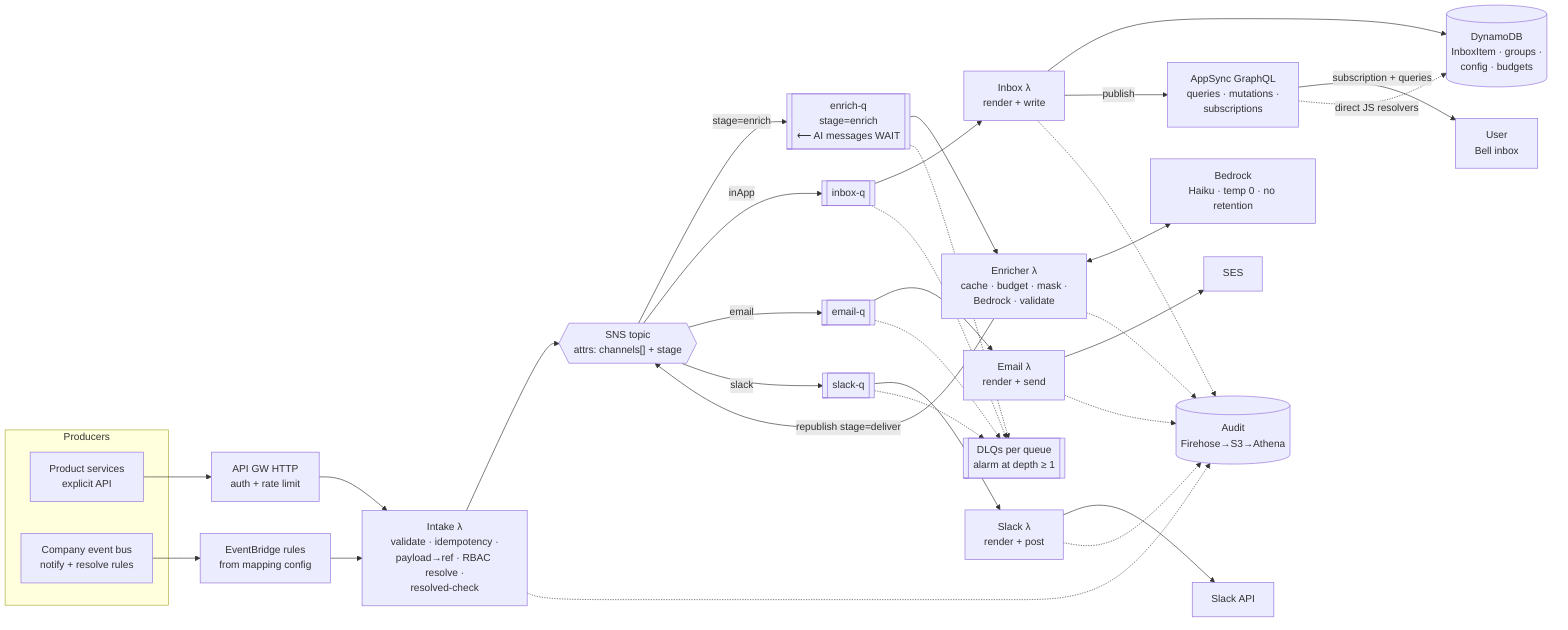
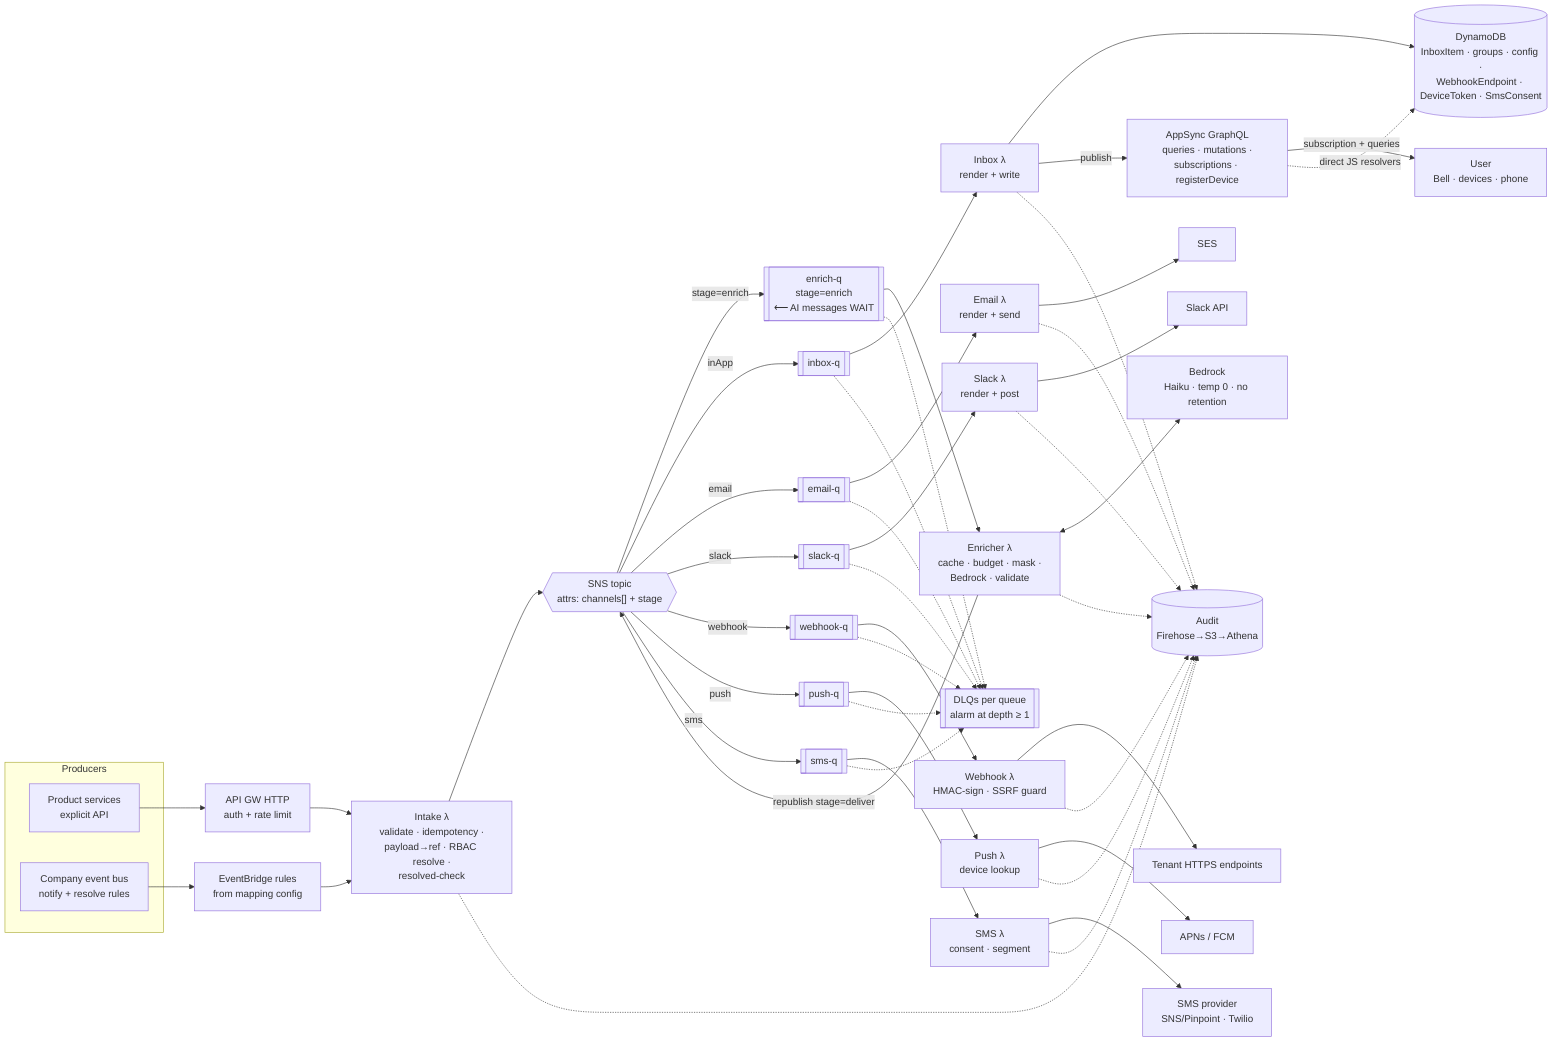
flowchart LR
    subgraph Producers
        P[Product services<br/>explicit API]
        BUS[Company event bus<br/>notify + resolve rules]
    end

    APIGW[API GW HTTP<br/>auth + rate limit]
    EB[EventBridge rules<br/>from mapping config]
    IN["Intake λ<br/>validate · idempotency ·<br/>payload→ref · RBAC resolve ·<br/>resolved-check"]
    SNS{{"SNS topic<br/>attrs: channels[] + stage"}}

    EQ[["enrich-q<br/>stage=enrich<br/>⟵ AI messages WAIT"]]
    EN["Enricher λ<br/>cache · budget · mask ·<br/>Bedrock · validate"]
    LLM[Bedrock<br/>Haiku · temp 0 · no retention]

    IQ[[inbox-q]]
    MQ[[email-q]]
    SQ[[slack-q]]
+     WQ[[webhook-q]]
+     PQ[[push-q]]
+     MSQ[[sms-q]]
    IW["Inbox λ<br/>render + write"]
    EM["Email λ<br/>render + send"]
    SL["Slack λ<br/>render + post"]
+     WH["Webhook λ<br/>HMAC-sign · SSRF guard"]
+     PU["Push λ<br/>device lookup"]
+     SM["SMS λ<br/>consent · segment"]

-     DB[(DynamoDB<br/>InboxItem · groups ·<br/>config · budgets)]
-     AS[AppSync GraphQL<br/>queries · mutations ·<br/>subscriptions]
+     DB[(DynamoDB<br/>InboxItem · groups · config ·<br/>WebhookEndpoint · DeviceToken · SmsConsent)]
+     AS[AppSync GraphQL<br/>queries · mutations ·<br/>subscriptions · registerDevice]
    SES[SES]
    SLK[Slack API]
-     U[User<br/>Bell inbox]
+     EP[Tenant HTTPS endpoints]
+     APNS[APNs / FCM]
+     PROV[SMS provider<br/>SNS/Pinpoint · Twilio]
+     U[User<br/>Bell · devices · phone]
    AUD[(Audit<br/>Firehose→S3→Athena)]
    DLQ[[DLQs per queue<br/>alarm at depth ≥ 1]]

    P --> APIGW --> IN
    BUS --> EB --> IN
    IN --> SNS
    SNS -- stage=enrich --> EQ --> EN
    EN <--> LLM
    EN -- "republish stage=deliver" --> SNS
    SNS -- inApp --> IQ --> IW
    SNS -- email --> MQ --> EM
    SNS -- slack --> SQ --> SL
+     SNS -- webhook --> WQ --> WH
+     SNS -- push --> PQ --> PU
+     SNS -- sms --> MSQ --> SM
    IW --> DB
    IW -- publish --> AS
    AS -- subscription + queries --> U
    AS -. direct JS resolvers .-> DB
    EM --> SES
    SL --> SLK
+     WH --> EP
+     PU --> APNS
+     SM --> PROV
    IN -.-> AUD
    EN -.-> AUD
    IW -.-> AUD
    EM -.-> AUD
    SL -.-> AUD
+     WH -.-> AUD
+     PU -.-> AUD
+     SM -.-> AUD
    EQ -.-> DLQ
    IQ -.-> DLQ
    MQ -.-> DLQ
    SQ -.-> DLQ
+     WQ -.-> DLQ
+     PQ -.-> DLQ
+     MSQ -.-> DLQ
